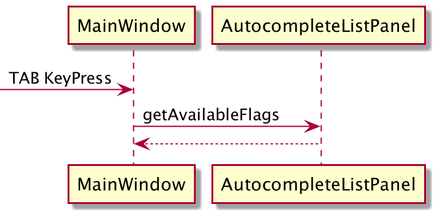
nus-cs2103-AY2021S2/tp keeps this PlantUML diagram as docs/images/AutocompleteCommandsDiagram.png. Above is the earlier version. Source of this version:
```plantuml
@startuml
-> MainWindow : TAB KeyPress
MainWindow -> AutocompleteListPanel : getAvailableFlags
AutocompleteListPanel --> MainWindow
@enduml
```
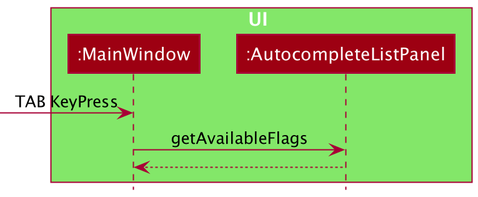
Above is the later version.

Diff of the diagram source:
```diff
@@ -1,4 +1,11 @@
 @startuml
+!include style.puml
+
+box UI UI_COLOR_T1
+participant ":MainWindow" as MainWindow MODEL_COLOR
+participant ":AutocompleteListPanel" as AutocompleteListPanel MODEL_COLOR
+end box
+
 -> MainWindow : TAB KeyPress
 MainWindow -> AutocompleteListPanel : getAvailableFlags
 AutocompleteListPanel --> MainWindow
```
